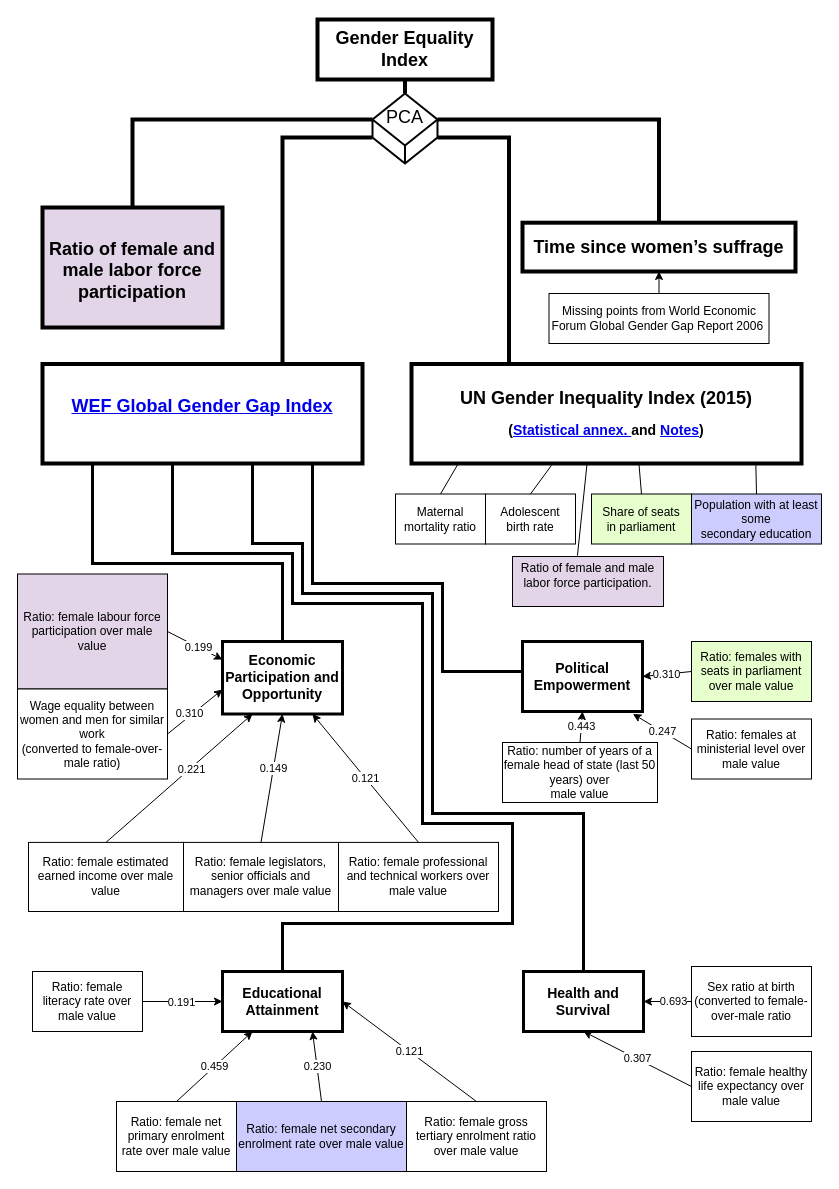
Earlier version of the draw.io diagram Article/figures/GenderEqualityIndex.drawio.xml (scerioli/Global-Preferences-Survey). Source tidied: cells renumbered, new cells numbered last; positions are measured from the earlier drawing's top-left corner, leaving out a move shared by most shapes. Both pictures are drawn from the tidied source at 100%, with x=0, y=0 at pixel (17, 19).
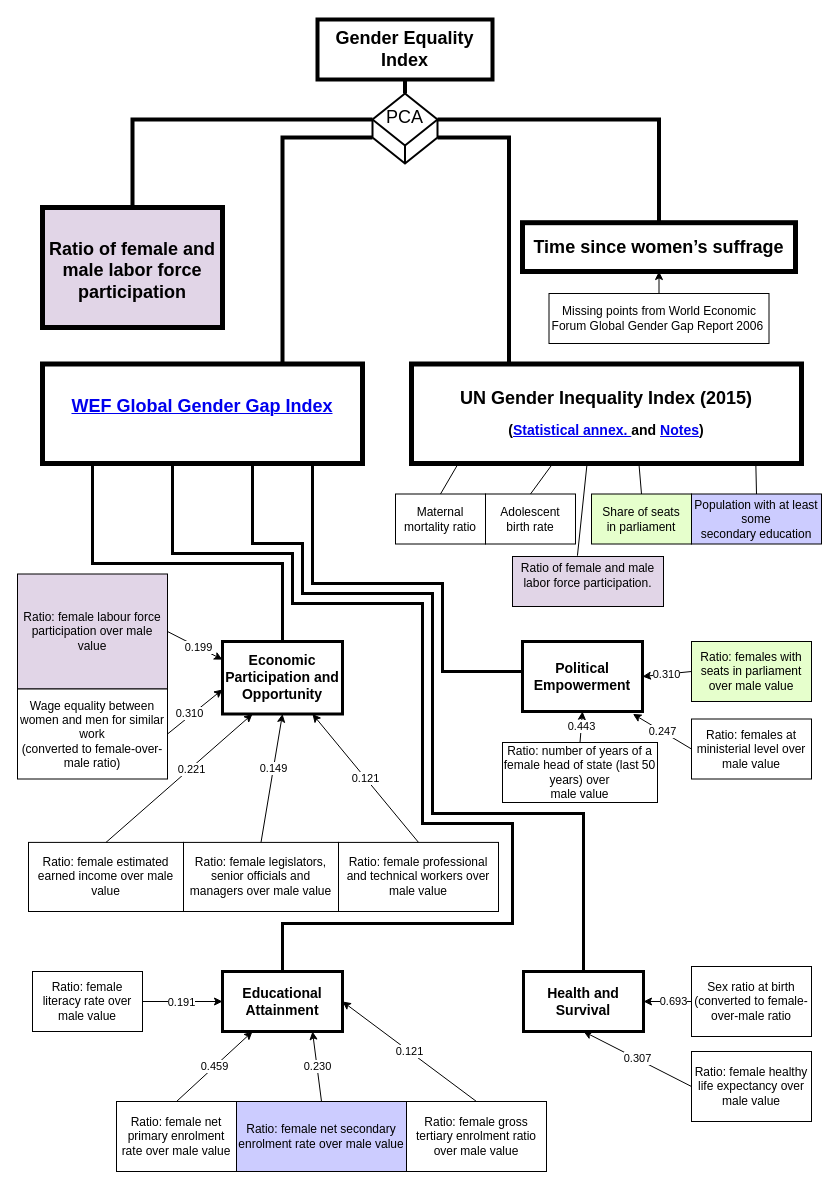
The same page after the edit.

Diff of the diagram source:
```diff
@@
-    <mxCell id="3" value="&lt;p&gt;&lt;font style=&quot;font-size: 18px&quot;&gt;&lt;b&gt;Time since women’s suffrage&lt;/b&gt;&lt;/font&gt;&lt;/p&gt;" style="rounded=0;whiteSpace=wrap;html=1;strokeWidth=4;" parent="1" vertex="1">
+    <mxCell id="3" value="&lt;p&gt;&lt;font style=&quot;font-size: 18px&quot;&gt;&lt;b&gt;Time since women’s suffrage&lt;/b&gt;&lt;/font&gt;&lt;/p&gt;" style="rounded=0;whiteSpace=wrap;html=1;strokeWidth=5;" parent="1" vertex="1">
       <mxGeometry x="505" y="203.2" width="273" height="48.8" as="geometry" />
     </mxCell>
-    <mxCell id="4" value="&lt;p&gt;&lt;b&gt;&lt;font style=&quot;font-size: 18px&quot;&gt;UN&amp;nbsp;Gender&amp;nbsp;Inequality Index (2015)&lt;/font&gt;&lt;/b&gt;&lt;/p&gt;&lt;p&gt;&lt;b&gt;&lt;font style=&quot;font-size: 14px&quot;&gt;(&lt;a href=&quot;http://hdr.undp.org/sites/default/files/hdr_2015_statistical_annex.pdf&quot;&gt;Statistical annex. &lt;/a&gt;and &lt;a href=&quot;http://hdr.undp.org/sites/default/files/hdr2015_technical_notes.pdf&quot;&gt;Notes&lt;/a&gt;)&lt;/font&gt;&lt;/b&gt;&lt;/p&gt;" style="rounded=0;whiteSpace=wrap;html=1;strokeWidth=4;" parent="1" vertex="1">
+    <mxCell id="4" value="&lt;p&gt;&lt;b&gt;&lt;font style=&quot;font-size: 18px&quot;&gt;UN&amp;nbsp;Gender&amp;nbsp;Inequality Index (2015)&lt;/font&gt;&lt;/b&gt;&lt;/p&gt;&lt;p&gt;&lt;b&gt;&lt;font style=&quot;font-size: 14px&quot;&gt;(&lt;a href=&quot;http://hdr.undp.org/sites/default/files/hdr_2015_statistical_annex.pdf&quot;&gt;Statistical annex. &lt;/a&gt;and &lt;a href=&quot;http://hdr.undp.org/sites/default/files/hdr2015_technical_notes.pdf&quot;&gt;Notes&lt;/a&gt;)&lt;/font&gt;&lt;/b&gt;&lt;/p&gt;" style="rounded=0;whiteSpace=wrap;html=1;strokeWidth=5;" parent="1" vertex="1">
       <mxGeometry x="394" y="344.5" width="390" height="99.5" as="geometry" />
     </mxCell>
@@
-    <mxCell id="6" value="&lt;span style=&quot;text-align: left&quot;&gt;&lt;font&gt;&lt;a href=&quot;http://www3.weforum.org/docs/GGGR2015/cover.pdf&quot;&gt;&lt;b&gt;&lt;font style=&quot;font-size: 18px&quot;&gt;WEF Global&amp;nbsp;Gender&amp;nbsp;Gap Index&lt;/font&gt;&lt;/b&gt;&lt;br&gt;&lt;/a&gt;&lt;/font&gt;&lt;br&gt;&lt;/span&gt;" style="rounded=0;whiteSpace=wrap;html=1;strokeWidth=4;" parent="1" vertex="1">
+    <mxCell id="6" value="&lt;span style=&quot;text-align: left&quot;&gt;&lt;font&gt;&lt;a href=&quot;http://www3.weforum.org/docs/GGGR2015/cover.pdf&quot;&gt;&lt;b&gt;&lt;font style=&quot;font-size: 18px&quot;&gt;WEF Global&amp;nbsp;Gender&amp;nbsp;Gap Index&lt;/font&gt;&lt;/b&gt;&lt;br&gt;&lt;/a&gt;&lt;/font&gt;&lt;br&gt;&lt;/span&gt;" style="rounded=0;whiteSpace=wrap;html=1;strokeWidth=5;" parent="1" vertex="1">
       <mxGeometry x="25" y="344.5" width="320" height="99.5" as="geometry" />
     </mxCell>
@@
-    <mxCell id="9" value="&lt;p&gt;&lt;font style=&quot;font-size: 18px&quot;&gt;&lt;b&gt;&lt;br&gt;&lt;/b&gt;&lt;/font&gt;&lt;/p&gt;&lt;p&gt;&lt;font style=&quot;font-size: 18px&quot;&gt;&lt;b&gt;Ratio of female and male labor force participation&lt;/b&gt;&lt;/font&gt;&lt;/p&gt;&lt;p&gt;&lt;br&gt;&lt;/p&gt;" style="rounded=0;whiteSpace=wrap;html=1;fillColor=#e1d5e7;strokeWidth=4;strokeColor=#000000;" parent="1" vertex="1">
+    <mxCell id="9" value="&lt;p&gt;&lt;font style=&quot;font-size: 18px&quot;&gt;&lt;b&gt;&lt;br&gt;&lt;/b&gt;&lt;/font&gt;&lt;/p&gt;&lt;p&gt;&lt;font style=&quot;font-size: 18px&quot;&gt;&lt;b&gt;Ratio of female and male labor force participation&lt;/b&gt;&lt;/font&gt;&lt;/p&gt;&lt;p&gt;&lt;br&gt;&lt;/p&gt;" style="rounded=0;whiteSpace=wrap;html=1;fillColor=#e1d5e7;strokeWidth=5;strokeColor=#000000;" parent="1" vertex="1">
       <mxGeometry x="25" y="188" width="180" height="120" as="geometry" />
     </mxCell>
```
